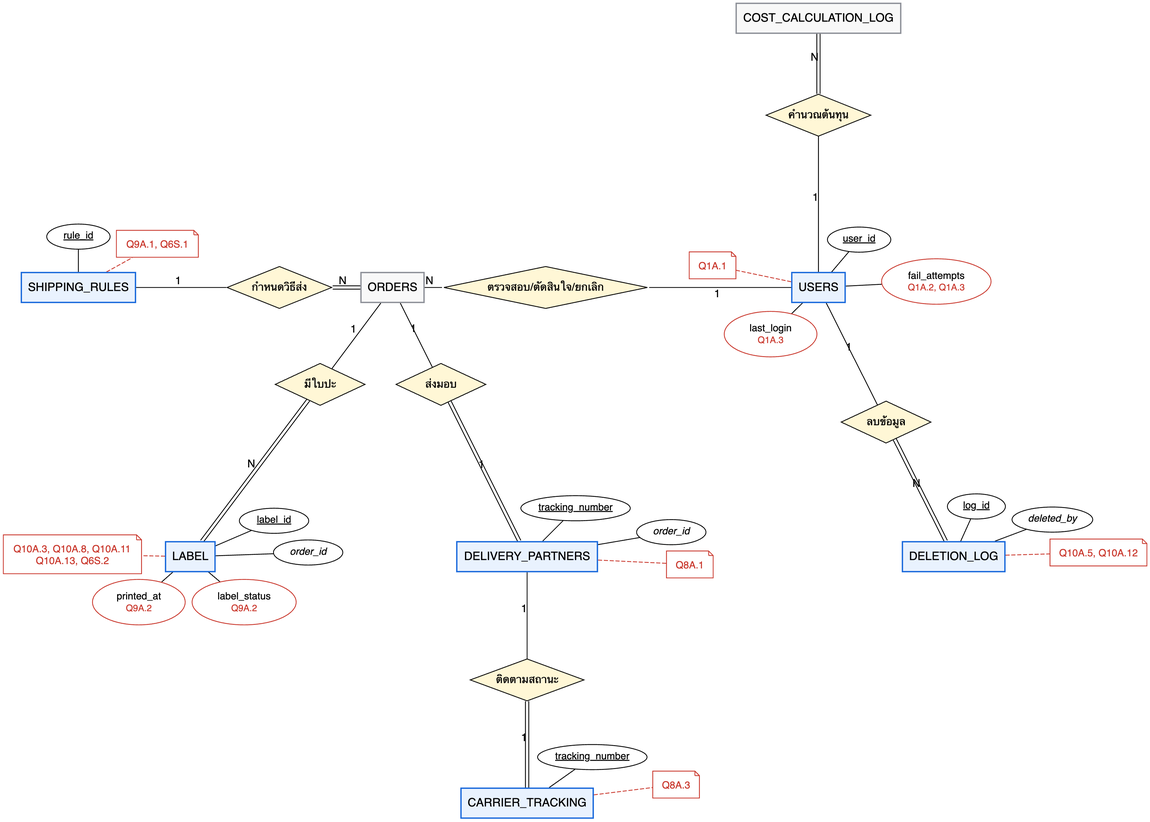
Earlier version of the Graphviz export 04-chapter2-diagrams-database/diagrams/png/er-query-2.png (xbpkdi/321-sa-proj). Its source is kept beside it as 04-chapter2-diagrams-database/diagrams/src/er-query-2.dot.
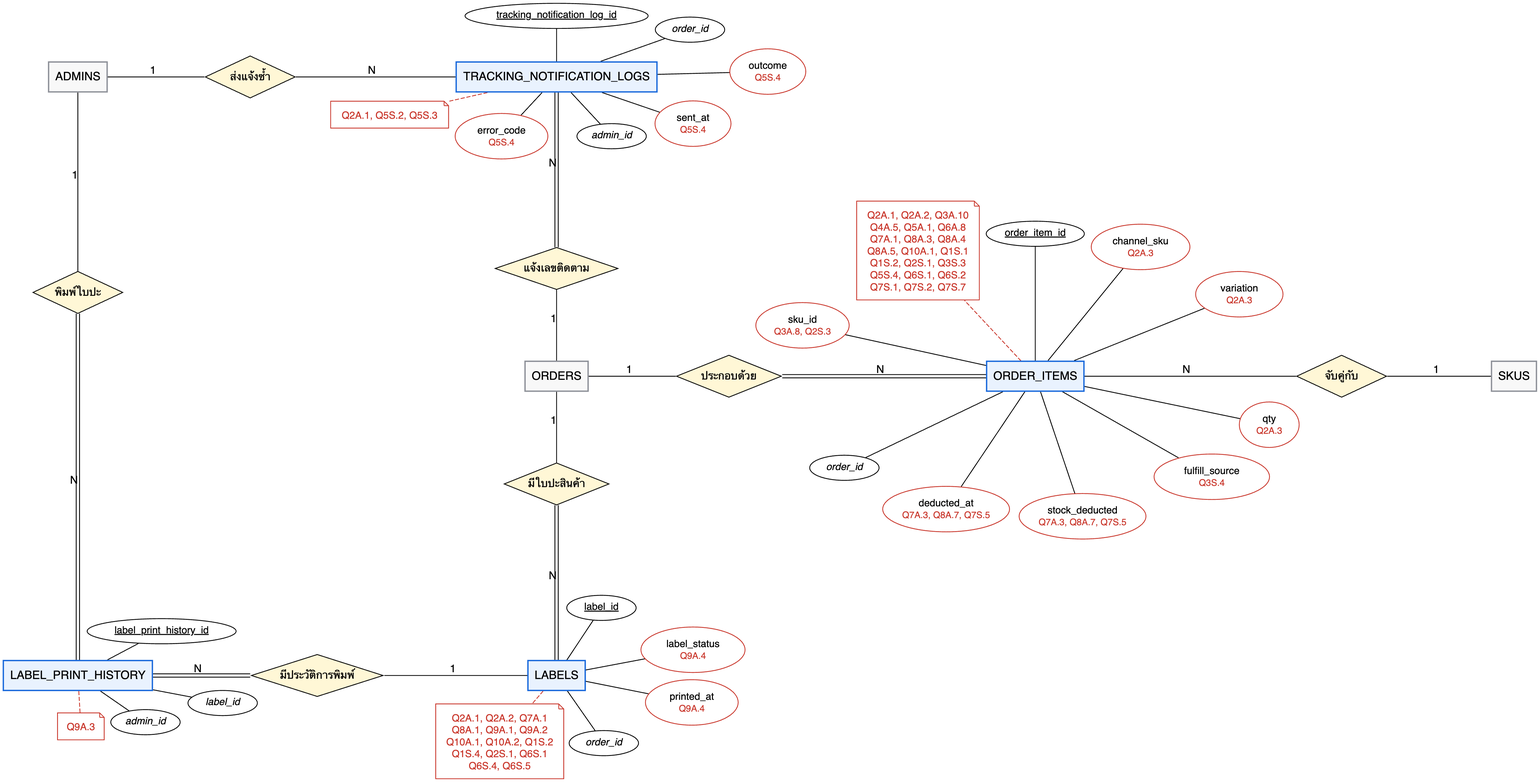
After the commit.

What changed in the source:
```diff
@@ -1,71 +1,84 @@
 graph ER {
   layout=neato; overlap=true; splines=line; outputorder=edgesfirst;
   node [fontname="Helvetica", fontsize=14]; edge [fontname="Helvetica", fontsize=13];
-  "rel0" [pos="7.12,2.88!", shape=diamond, style=filled, fillcolor="#fff7d6", label="คำนวณต้นทุน", fontsize=13, fixedsize=true, width=1.75, height=0.7];
-  "users" -- "rel0" [label="1"];
-  "rel0" -- "cost_calculation_log" [label="N", color="black:invis:black"];
-  "rel1" [pos="-1.89,0.00!", shape=diamond, style=filled, fillcolor="#fff7d6", label="กำหนดวิธีส่ง", fontsize=13, fixedsize=true, width=1.75, height=0.7];
-  "shipping_rules" -- "rel1" [label="1"];
-  "rel1" -- "orders" [label="N", color="black:invis:black"];
-  "rel2" [pos="2.56,0.00!", shape=diamond, style=filled, fillcolor="#fff7d6", label="ตรวจสอบ/ตัดสินใจ/ยกเลิก", fontsize=13, fixedsize=true, width=3.40, height=0.7];
-  "users" -- "rel2" [label="1"];
-  "rel2" -- "orders" [label="N"];
-  "rel3" [pos="-1.21,-1.62!", shape=diamond, style=filled, fillcolor="#fff7d6", label="มีใบปะ", fontsize=13, fixedsize=true, width=1.50, height=0.7];
+  "rel0" [pos="-5.12,0.00!", shape=diamond, style=filled, fillcolor="#fff7d6", label="ประกอบด้วย", fontsize=13, fixedsize=true, width=1.75, height=0.7];
+  "orders" -- "rel0" [label="1"];
+  "rel0" -- "order_items" [label="N", color="black:invis:black"];
+  "rel1" [pos="5.12,0.00!", shape=diamond, style=filled, fillcolor="#fff7d6", label="จับคู่กับ", fontsize=13, fixedsize=true, width=1.50, height=0.7];
+  "skus" -- "rel1" [label="1"];
+  "rel1" -- "order_items" [label="N"];
+  "rel2" [pos="-8.00,-1.80!", shape=diamond, style=filled, fillcolor="#fff7d6", label="มีใบปะสินค้า", fontsize=13, fixedsize=true, width=1.75, height=0.7];
+  "orders" -- "rel2" [label="1"];
+  "rel2" -- "labels" [label="N", color="black:invis:black"];
+  "rel3" [pos="-8.00,1.80!", shape=diamond, style=filled, fillcolor="#fff7d6", label="แจ้งเลขติดตาม", fontsize=13, fixedsize=true, width=2.05, height=0.7];
   "orders" -- "rel3" [label="1"];
-  "rel3" -- "label" [label="N", color="black:invis:black"];
-  "rel4" [pos="0.81,-1.62!", shape=diamond, style=filled, fillcolor="#fff7d6", label="ส่งมอบ", fontsize=13, fixedsize=true, width=1.50, height=0.7];
-  "orders" -- "rel4" [label="1"];
-  "rel4" -- "delivery_partners" [label="1", color="black:invis:black"];
-  "rel5" [pos="2.25,-6.56!", shape=diamond, style=filled, fillcolor="#fff7d6", label="ติดตามสถานะ", fontsize=13, fixedsize=true, width=1.90, height=0.7];
-  "delivery_partners" -- "rel5" [label="1"];
-  "rel5" -- "carrier_tracking" [label="1", color="black:invis:black"];
-  "rel6" [pos="8.25,-2.25!", shape=diamond, style=filled, fillcolor="#fff7d6", label="ลบข้อมูล", fontsize=13, fixedsize=true, width=1.50, height=0.7];
-  "users" -- "rel6" [label="1"];
-  "rel6" -- "deletion_log" [label="N", color="black:invis:black"];
-  "users" [pos="7.12,0.00!", shape=box, style="filled", fillcolor="#e9f2fe", color="#1868db", penwidth=1.6, label="USERS"];
-  "users.user_id" [pos="7.80,0.80!", shape=ellipse, style=filled, fillcolor=white, label=<<u>user_id</u>>, fontsize=12, fixedsize=true, width=1.06, height=0.42];
-  "users" -- "users.user_id";
-  "users.fail_attempts" [pos="9.09,0.10!", shape=ellipse, style=filled, fillcolor=white, label=<fail_attempts<br/><font point-size="3"> </font><br/><font color="#c9372c" point-size="11">Q1A.2, Q1A.3</font>>, fontsize=12, fixedsize=true, width=1.83, height=0.76, color="#c9372c"];
-  "users" -- "users.fail_attempts";
-  "users.last_login" [pos="6.32,-0.78!", shape=ellipse, style=filled, fillcolor=white, label=<last_login<br/><font point-size="3"> </font><br/><font color="#c9372c" point-size="11">Q1A.3</font>>, fontsize=12, fixedsize=true, width=1.55, height=0.76, color="#c9372c"];
-  "users" -- "users.last_login";
-  "users.__q" [pos="5.35,0.37!", shape=note, color="#c9372c", fontcolor="#c9372c", fontsize=12, fixedsize=true, width=0.78, height=0.45, style=filled, fillcolor=white, label=<Q1A.1>];
-  "users" -- "users.__q" [style=dashed, color="#c9372c"];
-  "cost_calculation_log" [pos="7.12,4.50!", shape=box, style="filled", fillcolor="#f8f8f8", color="#8c8f97", penwidth=1.6, label="COST_CALCULATION_LOG"];
-  "shipping_rules" [pos="-5.25,0.00!", shape=box, style="filled", fillcolor="#e9f2fe", color="#1868db", penwidth=1.6, label="SHIPPING_RULES"];
-  "shipping_rules.rule_id" [pos="-5.25,0.85!", shape=ellipse, style=filled, fillcolor=white, label=<<u>rule_id</u>>, fontsize=12, fixedsize=true, width=1.06, height=0.42];
-  "shipping_rules" -- "shipping_rules.rule_id";
-  "shipping_rules.__q" [pos="-3.93,0.73!", shape=note, color="#c9372c", fontcolor="#c9372c", fontsize=12, fixedsize=true, width=1.37, height=0.45, style=filled, fillcolor=white, label=<Q9A.1, Q6S.1>];
-  "shipping_rules" -- "shipping_rules.__q" [style=dashed, color="#c9372c"];
-  "orders" [pos="0.00,0.00!", shape=box, style="filled", fillcolor="#f8f8f8", color="#8c8f97", penwidth=1.6, label="ORDERS"];
-  "label" [pos="-3.38,-4.50!", shape=box, style="filled", fillcolor="#e9f2fe", color="#1868db", penwidth=1.6, label="LABEL"];
-  "label.label_id" [pos="-1.98,-3.90!", shape=ellipse, style=filled, fillcolor=white, label=<<u>label_id</u>>, fontsize=12, fixedsize=true, width=1.16, height=0.42];
-  "label" -- "label.label_id";
-  "label.order_id" [pos="-1.41,-4.43!", shape=ellipse, style=filled, fillcolor=white, label=<<i>order_id</i>>, fontsize=12, fixedsize=true, width=1.16, height=0.42];
-  "label" -- "label.order_id";
-  "label.label_status" [pos="-2.48,-5.26!", shape=ellipse, style=filled, fillcolor=white, label=<label_status<br/><font point-size="3"> </font><br/><font color="#c9372c" point-size="11">Q9A.2</font>>, fontsize=12, fixedsize=true, width=1.74, height=0.76, color="#c9372c"];
-  "label" -- "label.label_status";
-  "label.printed_at" [pos="-4.24,-5.26!", shape=ellipse, style=filled, fillcolor=white, label=<printed_at<br/><font point-size="3"> </font><br/><font color="#c9372c" point-size="11">Q9A.2</font>>, fontsize=12, fixedsize=true, width=1.55, height=0.76, color="#c9372c"];
-  "label" -- "label.printed_at";
-  "label.__q" [pos="-5.35,-4.46!", shape=note, color="#c9372c", fontcolor="#c9372c", fontsize=12, fixedsize=true, width=2.31, height=0.65, style=filled, fillcolor=white, label=<Q10A.3, Q10A.8, Q10A.11<br/>Q10A.13, Q6S.2>];
-  "label" -- "label.__q" [style=dashed, color="#c9372c"];
-  "delivery_partners" [pos="2.25,-4.50!", shape=box, style="filled", fillcolor="#e9f2fe", color="#1868db", penwidth=1.6, label="DELIVERY_PARTNERS"];
-  "delivery_partners.tracking_number" [pos="3.06,-3.69!", shape=ellipse, style=filled, fillcolor=white, label=<<u>tracking_number</u>>, fontsize=12, fixedsize=true, width=1.83, height=0.42];
-  "delivery_partners" -- "delivery_partners.tracking_number";
-  "delivery_partners.order_id" [pos="4.66,-4.09!", shape=ellipse, style=filled, fillcolor=white, label=<<i>order_id</i>>, fontsize=12, fixedsize=true, width=1.16, height=0.42];
-  "delivery_partners" -- "delivery_partners.order_id";
-  "delivery_partners.__q" [pos="4.97,-4.63!", shape=note, color="#c9372c", fontcolor="#c9372c", fontsize=12, fixedsize=true, width=0.78, height=0.45, style=filled, fillcolor=white, label=<Q8A.1>];
-  "delivery_partners" -- "delivery_partners.__q" [style=dashed, color="#c9372c"];
-  "carrier_tracking" [pos="2.25,-8.62!", shape=box, style="filled", fillcolor="#e9f2fe", color="#1868db", penwidth=1.6, label="CARRIER_TRACKING"];
-  "carrier_tracking.tracking_number" [pos="3.34,-7.85!", shape=ellipse, style=filled, fillcolor=white, label=<<u>tracking_number</u>>, fontsize=12, fixedsize=true, width=1.83, height=0.42];
-  "carrier_tracking" -- "carrier_tracking.tracking_number";
-  "carrier_tracking.__q" [pos="4.74,-8.31!", shape=note, color="#c9372c", fontcolor="#c9372c", fontsize=12, fixedsize=true, width=0.78, height=0.45, style=filled, fillcolor=white, label=<Q8A.3>];
-  "carrier_tracking" -- "carrier_tracking.__q" [style=dashed, color="#c9372c"];
-  "deletion_log" [pos="9.38,-4.50!", shape=box, style="filled", fillcolor="#e9f2fe", color="#1868db", penwidth=1.6, label="DELETION_LOG"];
-  "deletion_log.log_id" [pos="9.76,-3.66!", shape=ellipse, style=filled, fillcolor=white, label=<<u>log_id</u>>, fontsize=12, fixedsize=true, width=0.97, height=0.42];
-  "deletion_log" -- "deletion_log.log_id";
-  "deletion_log.deleted_by" [pos="11.03,-3.88!", shape=ellipse, style=filled, fillcolor=white, label=<<i>deleted_by</i>>, fontsize=12, fixedsize=true, width=1.35, height=0.42];
-  "deletion_log" -- "deletion_log.deleted_by";
-  "deletion_log.__q" [pos="11.80,-4.43!", shape=note, color="#c9372c", fontcolor="#c9372c", fontsize=12, fixedsize=true, width=1.62, height=0.45, style=filled, fillcolor=white, label=<Q10A.5, Q10A.12>];
-  "deletion_log" -- "deletion_log.__q" [style=dashed, color="#c9372c"];
+  "rel3" -- "tracking_notification_logs" [label="N", color="black:invis:black"];
+  "rel4" [pos="-13.12,5.00!", shape=diamond, style=filled, fillcolor="#fff7d6", label="ส่งแจ้งซ้ำ", fontsize=13, fixedsize=true, width=1.50, height=0.7];
+  "admins" -- "rel4" [label="1"];
+  "rel4" -- "tracking_notification_logs" [label="N"];
+  "rel5" [pos="-16.00,1.40!", shape=diamond, style=filled, fillcolor="#fff7d6", label="พิมพ์ใบปะ", fontsize=13, fixedsize=true, width=1.50, height=0.7];
+  "admins" -- "rel5" [label="1"];
+  "rel5" -- "label_print_history" [label="N", color="black:invis:black"];
+  "rel6" [pos="-12.00,-5.00!", shape=diamond, style=filled, fillcolor="#fff7d6", label="มีประวัติการพิมพ์", fontsize=13, fixedsize=true, width=2.20, height=0.7];
+  "labels" -- "rel6" [label="1"];
+  "rel6" -- "label_print_history" [label="N", color="black:invis:black"];
+  "admins" [pos="-16.00,5.00!", shape=box, style="filled", fillcolor="#f8f8f8", color="#8c8f97", penwidth=1.6, label="ADMINS"];
+  "skus" [pos="8.00,0.00!", shape=box, style="filled", fillcolor="#f8f8f8", color="#8c8f97", penwidth=1.6, label="SKUS"];
+  "orders" [pos="-8.00,0.00!", shape=box, style="filled", fillcolor="#f8f8f8", color="#8c8f97", penwidth=1.6, label="ORDERS"];
+  "order_items" [pos="0.00,0.00!", shape=box, style="filled", fillcolor="#e9f2fe", color="#1868db", penwidth=1.6, label="ORDER_ITEMS"];
+  "order_items.order_item_id" [pos="0.00,2.38!", shape=ellipse, style=filled, fillcolor=white, label=<<u>order_item_id</u>>, fontsize=12, fixedsize=true, width=1.64, height=0.42];
+  "order_items" -- "order_items.order_item_id";
+  "order_items.channel_sku" [pos="1.76,2.16!", shape=ellipse, style=filled, fillcolor=white, label=<channel_sku<br/><font point-size="3"> </font><br/><font color="#c9372c" point-size="11">Q2A.3</font>>, fontsize=12, fixedsize=true, width=1.65, height=0.76, color="#c9372c"];
+  "order_items" -- "order_items.channel_sku";
+  "order_items.variation" [pos="3.41,1.37!", shape=ellipse, style=filled, fillcolor=white, label=<variation<br/><font point-size="3"> </font><br/><font color="#c9372c" point-size="11">Q2A.3</font>>, fontsize=12, fixedsize=true, width=1.46, height=0.76, color="#c9372c"];
+  "order_items" -- "order_items.variation";
+  "order_items.qty" [pos="3.91,-0.81!", shape=ellipse, style=filled, fillcolor=white, label=<qty<br/><font point-size="3"> </font><br/><font color="#c9372c" point-size="11">Q2A.3</font>>, fontsize=12, fixedsize=true, width=1.00, height=0.76, color="#c9372c"];
+  "order_items" -- "order_items.qty";
+  "order_items.fulfill_source" [pos="2.95,-1.68!", shape=ellipse, style=filled, fillcolor=white, label=<fulfill_source<br/><font point-size="3"> </font><br/><font color="#c9372c" point-size="11">Q3S.4</font>>, fontsize=12, fixedsize=true, width=1.93, height=0.76, color="#c9372c"];
+  "order_items" -- "order_items.fulfill_source";
+  "order_items.stock_deducted" [pos="0.79,-2.34!", shape=ellipse, style=filled, fillcolor=white, label=<stock_deducted<br/><font point-size="3"> </font><br/><font color="#c9372c" point-size="11">Q7A.3, Q8A.7, Q7S.5</font>>, fontsize=12, fixedsize=true, width=2.12, height=0.76, color="#c9372c"];
+  "order_items" -- "order_items.stock_deducted";
+  "order_items.deducted_at" [pos="-1.49,-2.22!", shape=ellipse, style=filled, fillcolor=white, label=<deducted_at<br/><font point-size="3"> </font><br/><font color="#c9372c" point-size="11">Q7A.3, Q8A.7, Q7S.5</font>>, fontsize=12, fixedsize=true, width=2.12, height=0.76, color="#c9372c"];
+  "order_items" -- "order_items.deducted_at";
+  "order_items.order_id" [pos="-3.19,-1.53!", shape=ellipse, style=filled, fillcolor=white, label=<<i>order_id</i>>, fontsize=12, fixedsize=true, width=1.16, height=0.42];
+  "order_items" -- "order_items.order_id";
+  "order_items.sku_id" [pos="-3.89,0.85!", shape=ellipse, style=filled, fillcolor=white, label=<sku_id<br/><font point-size="3"> </font><br/><font color="#c9372c" point-size="11">Q3A.8, Q2S.3</font>>, fontsize=12, fixedsize=true, width=1.56, height=0.76, color="#c9372c"];
+  "order_items" -- "order_items.sku_id";
+  "order_items.__q" [pos="-1.96,2.10!", shape=note, color="#c9372c", fontcolor="#c9372c", fontsize=12, fixedsize=true, width=2.05, height=1.65, style=filled, fillcolor=white, label=<Q2A.1, Q2A.2, Q3A.10<br/>Q4A.5, Q5A.1, Q6A.8<br/>Q7A.1, Q8A.3, Q8A.4<br/>Q8A.5, Q10A.1, Q1S.1<br/>Q1S.2, Q2S.1, Q3S.3<br/>Q5S.4, Q6S.1, Q6S.2<br/>Q7S.1, Q7S.2, Q7S.7>];
+  "order_items" -- "order_items.__q" [style=dashed, color="#c9372c"];
+  "labels" [pos="-8.00,-5.00!", shape=box, style="filled", fillcolor="#e9f2fe", color="#1868db", penwidth=1.6, label="LABELS"];
+  "labels.label_id" [pos="-7.25,-3.87!", shape=ellipse, style=filled, fillcolor=white, label=<<u>label_id</u>>, fontsize=12, fixedsize=true, width=1.16, height=0.42];
+  "labels" -- "labels.label_id";
+  "labels.label_status" [pos="-5.72,-4.57!", shape=ellipse, style=filled, fillcolor=white, label=<label_status<br/><font point-size="3"> </font><br/><font color="#c9372c" point-size="11">Q9A.4</font>>, fontsize=12, fixedsize=true, width=1.74, height=0.76, color="#c9372c"];
+  "labels" -- "labels.label_status";
+  "labels.printed_at" [pos="-5.74,-5.45!", shape=ellipse, style=filled, fillcolor=white, label=<printed_at<br/><font point-size="3"> </font><br/><font color="#c9372c" point-size="11">Q9A.4</font>>, fontsize=12, fixedsize=true, width=1.55, height=0.76, color="#c9372c"];
+  "labels" -- "labels.printed_at";
+  "labels.order_id" [pos="-7.21,-6.13!", shape=ellipse, style=filled, fillcolor=white, label=<<i>order_id</i>>, fontsize=12, fixedsize=true, width=1.16, height=0.42];
+  "labels" -- "labels.order_id";
+  "labels.__q" [pos="-8.95,-6.10!", shape=note, color="#c9372c", fontcolor="#c9372c", fontsize=12, fixedsize=true, width=2.14, height=1.25, style=filled, fillcolor=white, label=<Q2A.1, Q2A.2, Q7A.1<br/>Q8A.1, Q9A.1, Q9A.2<br/>Q10A.1, Q10A.2, Q1S.2<br/>Q1S.4, Q2S.1, Q6S.1<br/>Q6S.4, Q6S.5>];
+  "labels" -- "labels.__q" [style=dashed, color="#c9372c"];
+  "tracking_notification_logs" [pos="-8.00,5.00!", shape=box, style="filled", fillcolor="#e9f2fe", color="#1868db", penwidth=1.6, label="TRACKING_NOTIFICATION_LOGS"];
+  "tracking_notification_logs.tracking_notification_log_id" [pos="-8.00,6.02!", shape=ellipse, style=filled, fillcolor=white, label=<<u>tracking_notification_log_id</u>>, fontsize=12, fixedsize=true, width=3.06, height=0.42];
+  "tracking_notification_logs" -- "tracking_notification_logs.tracking_notification_log_id";
+  "tracking_notification_logs.order_id" [pos="-5.77,5.79!", shape=ellipse, style=filled, fillcolor=white, label=<<i>order_id</i>>, fontsize=12, fixedsize=true, width=1.16, height=0.42];
+  "tracking_notification_logs" -- "tracking_notification_logs.order_id";
+  "tracking_notification_logs.outcome" [pos="-4.47,5.09!", shape=ellipse, style=filled, fillcolor=white, label=<outcome<br/><font point-size="3"> </font><br/><font color="#c9372c" point-size="11">Q5S.4</font>>, fontsize=12, fixedsize=true, width=1.27, height=0.76, color="#c9372c"];
+  "tracking_notification_logs" -- "tracking_notification_logs.outcome";
+  "tracking_notification_logs.sent_at" [pos="-5.72,4.22!", shape=ellipse, style=filled, fillcolor=white, label=<sent_at<br/><font point-size="3"> </font><br/><font color="#c9372c" point-size="11">Q5S.4</font>>, fontsize=12, fixedsize=true, width=1.27, height=0.76, color="#c9372c"];
+  "tracking_notification_logs" -- "tracking_notification_logs.sent_at";
+  "tracking_notification_logs.admin_id" [pos="-7.08,4.01!", shape=ellipse, style=filled, fillcolor=white, label=<<i>admin_id</i>>, fontsize=12, fixedsize=true, width=1.16, height=0.42];
+  "tracking_notification_logs" -- "tracking_notification_logs.admin_id";
+  "tracking_notification_logs.error_code" [pos="-8.92,4.01!", shape=ellipse, style=filled, fillcolor=white, label=<error_code<br/><font point-size="3"> </font><br/><font color="#c9372c" point-size="11">Q5S.4</font>>, fontsize=12, fixedsize=true, width=1.55, height=0.76, color="#c9372c"];
+  "tracking_notification_logs" -- "tracking_notification_logs.error_code";
+  "tracking_notification_logs.__q" [pos="-10.79,4.37!", shape=note, color="#c9372c", fontcolor="#c9372c", fontsize=12, fixedsize=true, width=1.97, height=0.45, style=filled, fillcolor=white, label=<Q2A.1, Q5S.2, Q5S.3>];
+  "tracking_notification_logs" -- "tracking_notification_logs.__q" [style=dashed, color="#c9372c"];
+  "label_print_history" [pos="-16.00,-5.00!", shape=box, style="filled", fillcolor="#e9f2fe", color="#1868db", penwidth=1.6, label="LABEL_PRINT_HISTORY"];
+  "label_print_history.label_print_history_id" [pos="-14.60,-4.26!", shape=ellipse, style=filled, fillcolor=white, label=<<u>label_print_history_id</u>>, fontsize=12, fixedsize=true, width=2.49, height=0.42];
+  "label_print_history" -- "label_print_history.label_print_history_id";
+  "label_print_history.label_id" [pos="-13.58,-5.46!", shape=ellipse, style=filled, fillcolor=white, label=<<i>label_id</i>>, fontsize=12, fixedsize=true, width=1.16, height=0.42];
+  "label_print_history" -- "label_print_history.label_id";
+  "label_print_history.admin_id" [pos="-14.87,-5.78!", shape=ellipse, style=filled, fillcolor=white, label=<<i>admin_id</i>>, fontsize=12, fixedsize=true, width=1.16, height=0.42];
+  "label_print_history" -- "label_print_history.admin_id";
+  "label_print_history.__q" [pos="-15.95,-5.85!", shape=note, color="#c9372c", fontcolor="#c9372c", fontsize=12, fixedsize=true, width=0.78, height=0.45, style=filled, fillcolor=white, label=<Q9A.3>];
+  "label_print_history" -- "label_print_history.__q" [style=dashed, color="#c9372c"];
 }
```
